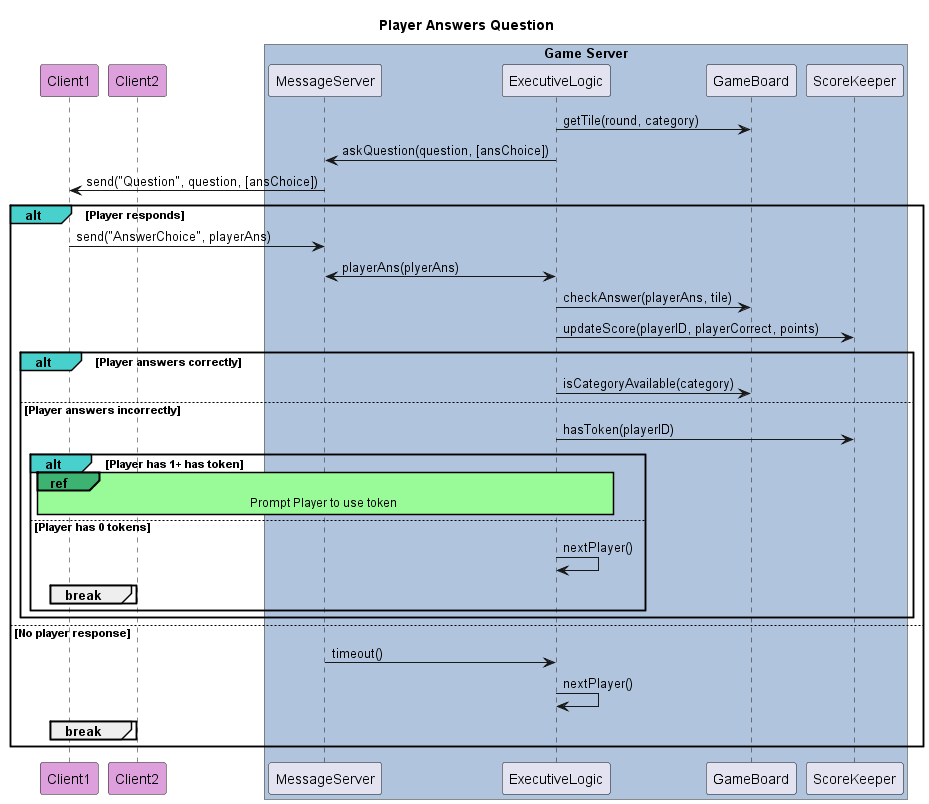
Above: out/diagrams/seq-diagram-Player-answers-quest/Player Answers Question.png in poszy/def_spinit_project (PlantUML), before the change.
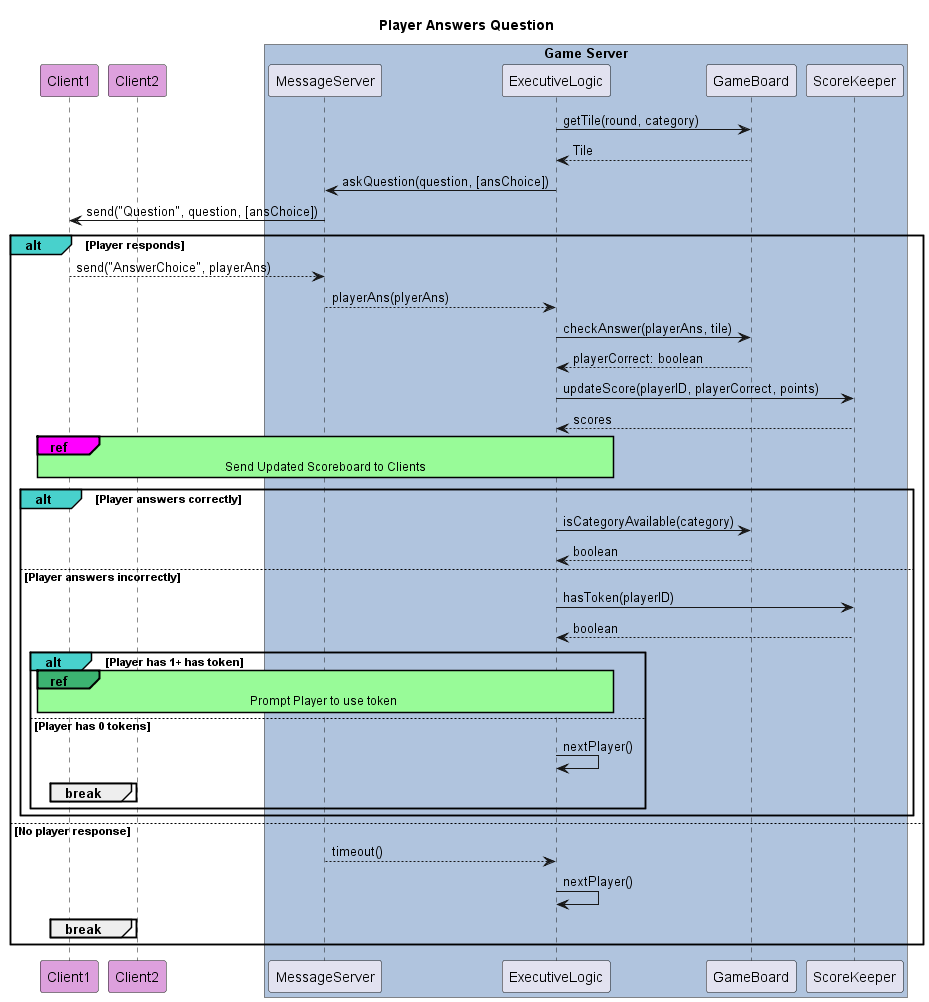
The same file after the commit.

What changed in the source:
```diff
@@ -16,23 +16,35 @@
 
 
 ExecutiveLogic -> GameBoard: getTile(round, category)
+ExecutiveLogic <-- GameBoard: Tile
+
 Server <- ExecutiveLogic: askQuestion(question, [ansChoice])
 
 Client1 <- Server: send("Question", question, [ansChoice])
 
     alt#MediumTurquoise Player responds
 
-        Client1 -> Server: send("AnswerChoice", playerAns)
-        Server <-> ExecutiveLogic: playerAns(plyerAns)
+        Client1 --> Server: send("AnswerChoice", playerAns)
+        Server --> ExecutiveLogic: playerAns(plyerAns)
 
 
         ExecutiveLogic -> GameBoard : checkAnswer(playerAns, tile)
+        ExecutiveLogic <-- GameBoard : playerCorrect: boolean
         ExecutiveLogic -> ScoreKeeper : updateScore(playerID, playerCorrect, points)
+        ExecutiveLogic <-- ScoreKeeper: scores
+
+        ref#Magenta over Client1, ExecutiveLogic
+            Send Updated Scoreboard to Clients
+        end ref
 
         alt#MediumTurquoise Player answers correctly
             ExecutiveLogic -> GameBoard: isCategoryAvailable(category)
+            ExecutiveLogic <-- GameBoard: boolean
+
         else Player answers incorrectly
             ExecutiveLogic -> ScoreKeeper : hasToken(playerID)
+            ExecutiveLogic  <-- ScoreKeeper : boolean
+
             alt#MediumTurquoise Player has 1+ has token
                 ref over Client1, ExecutiveLogic #PaleGreen
                     Prompt Player to use token
@@ -47,7 +59,7 @@
         end
 
     else No player response
-        Server -> ExecutiveLogic: timeout()
+        Server --> ExecutiveLogic: timeout()
         ExecutiveLogic -> ExecutiveLogic: nextPlayer()
         break
         end
```
